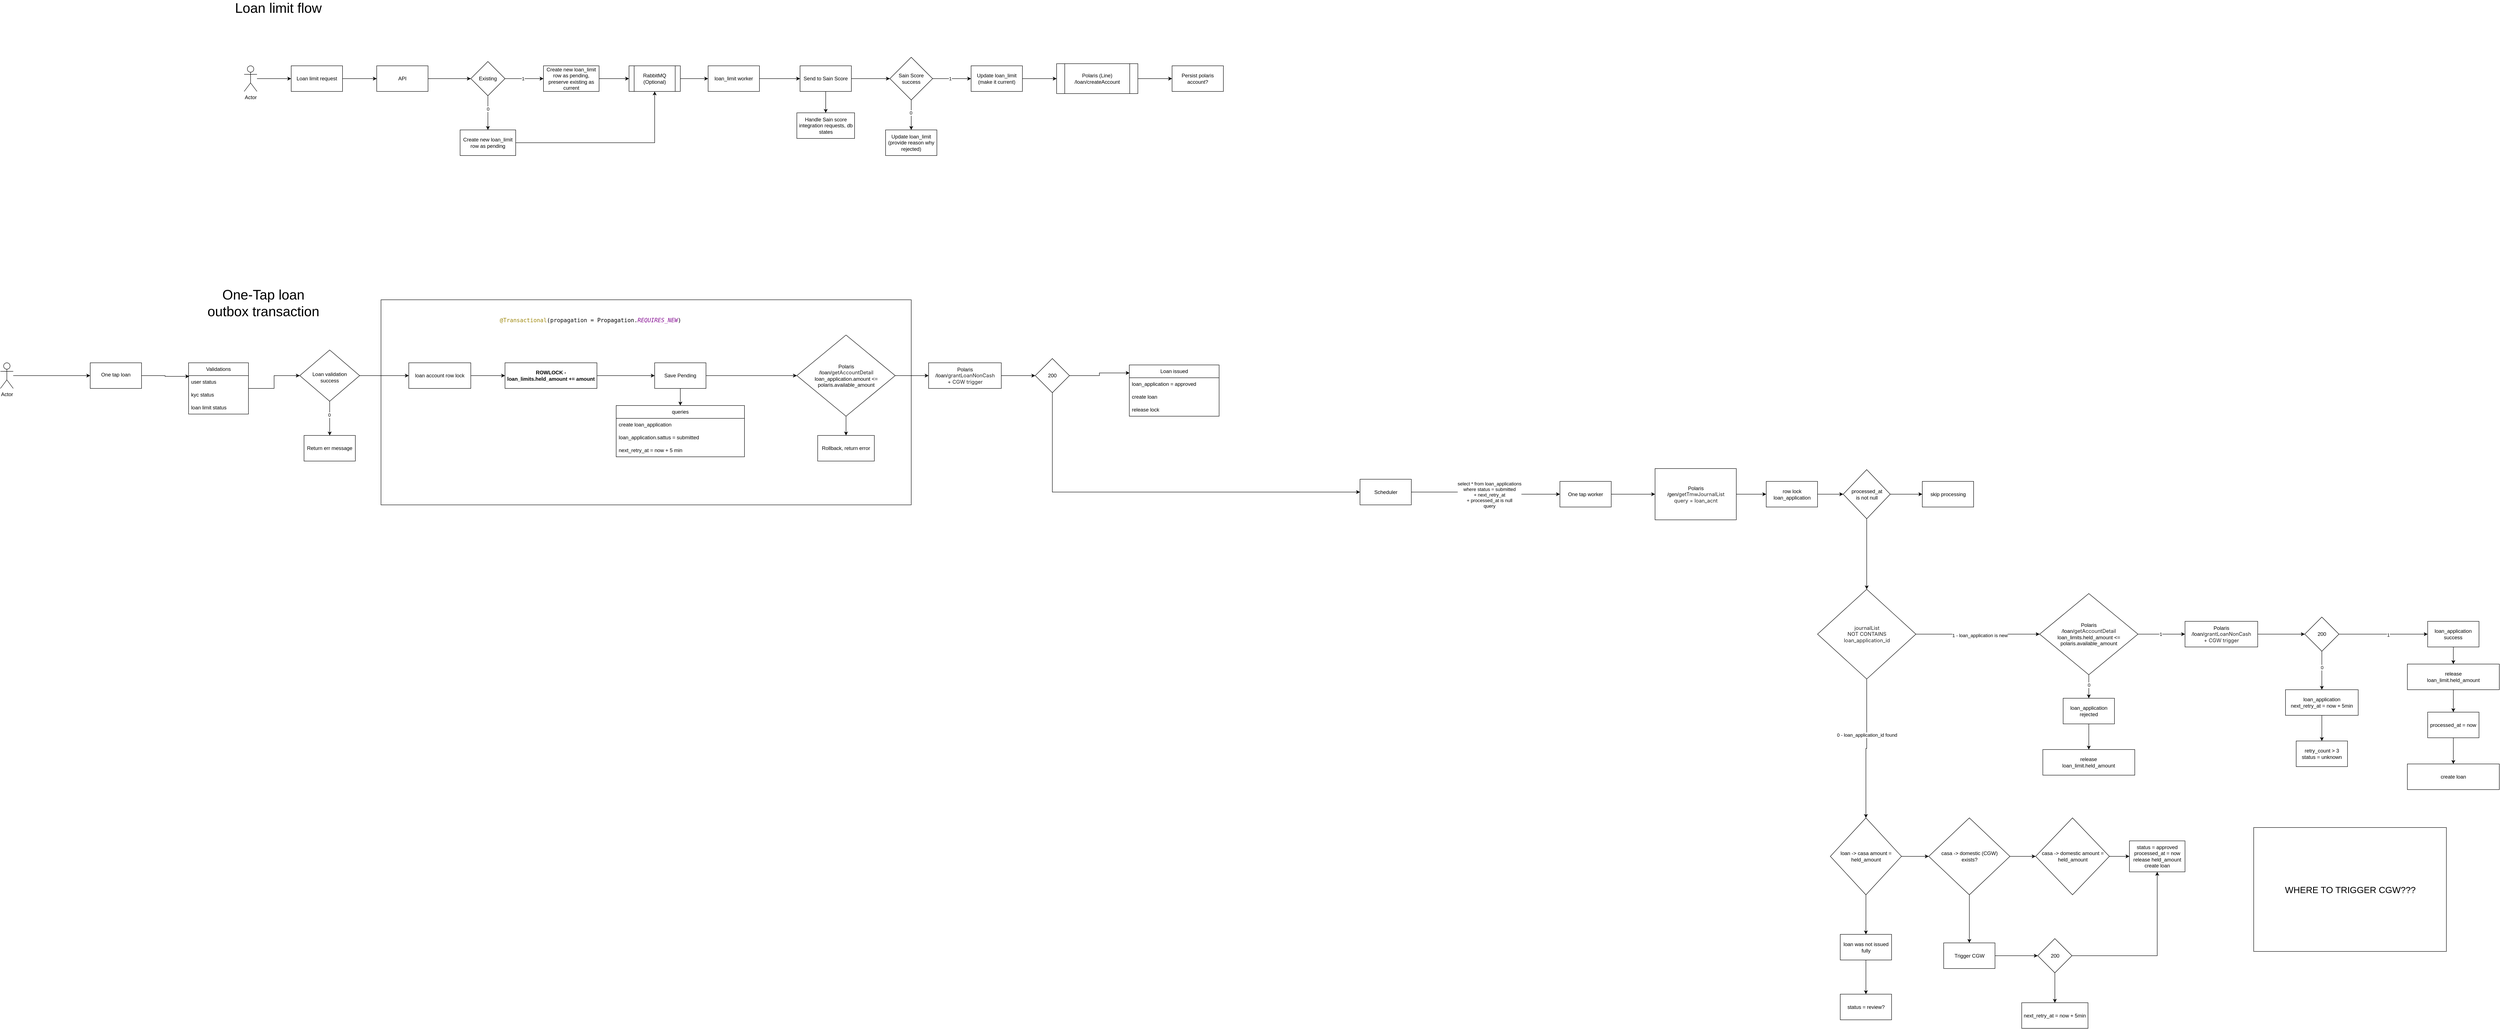
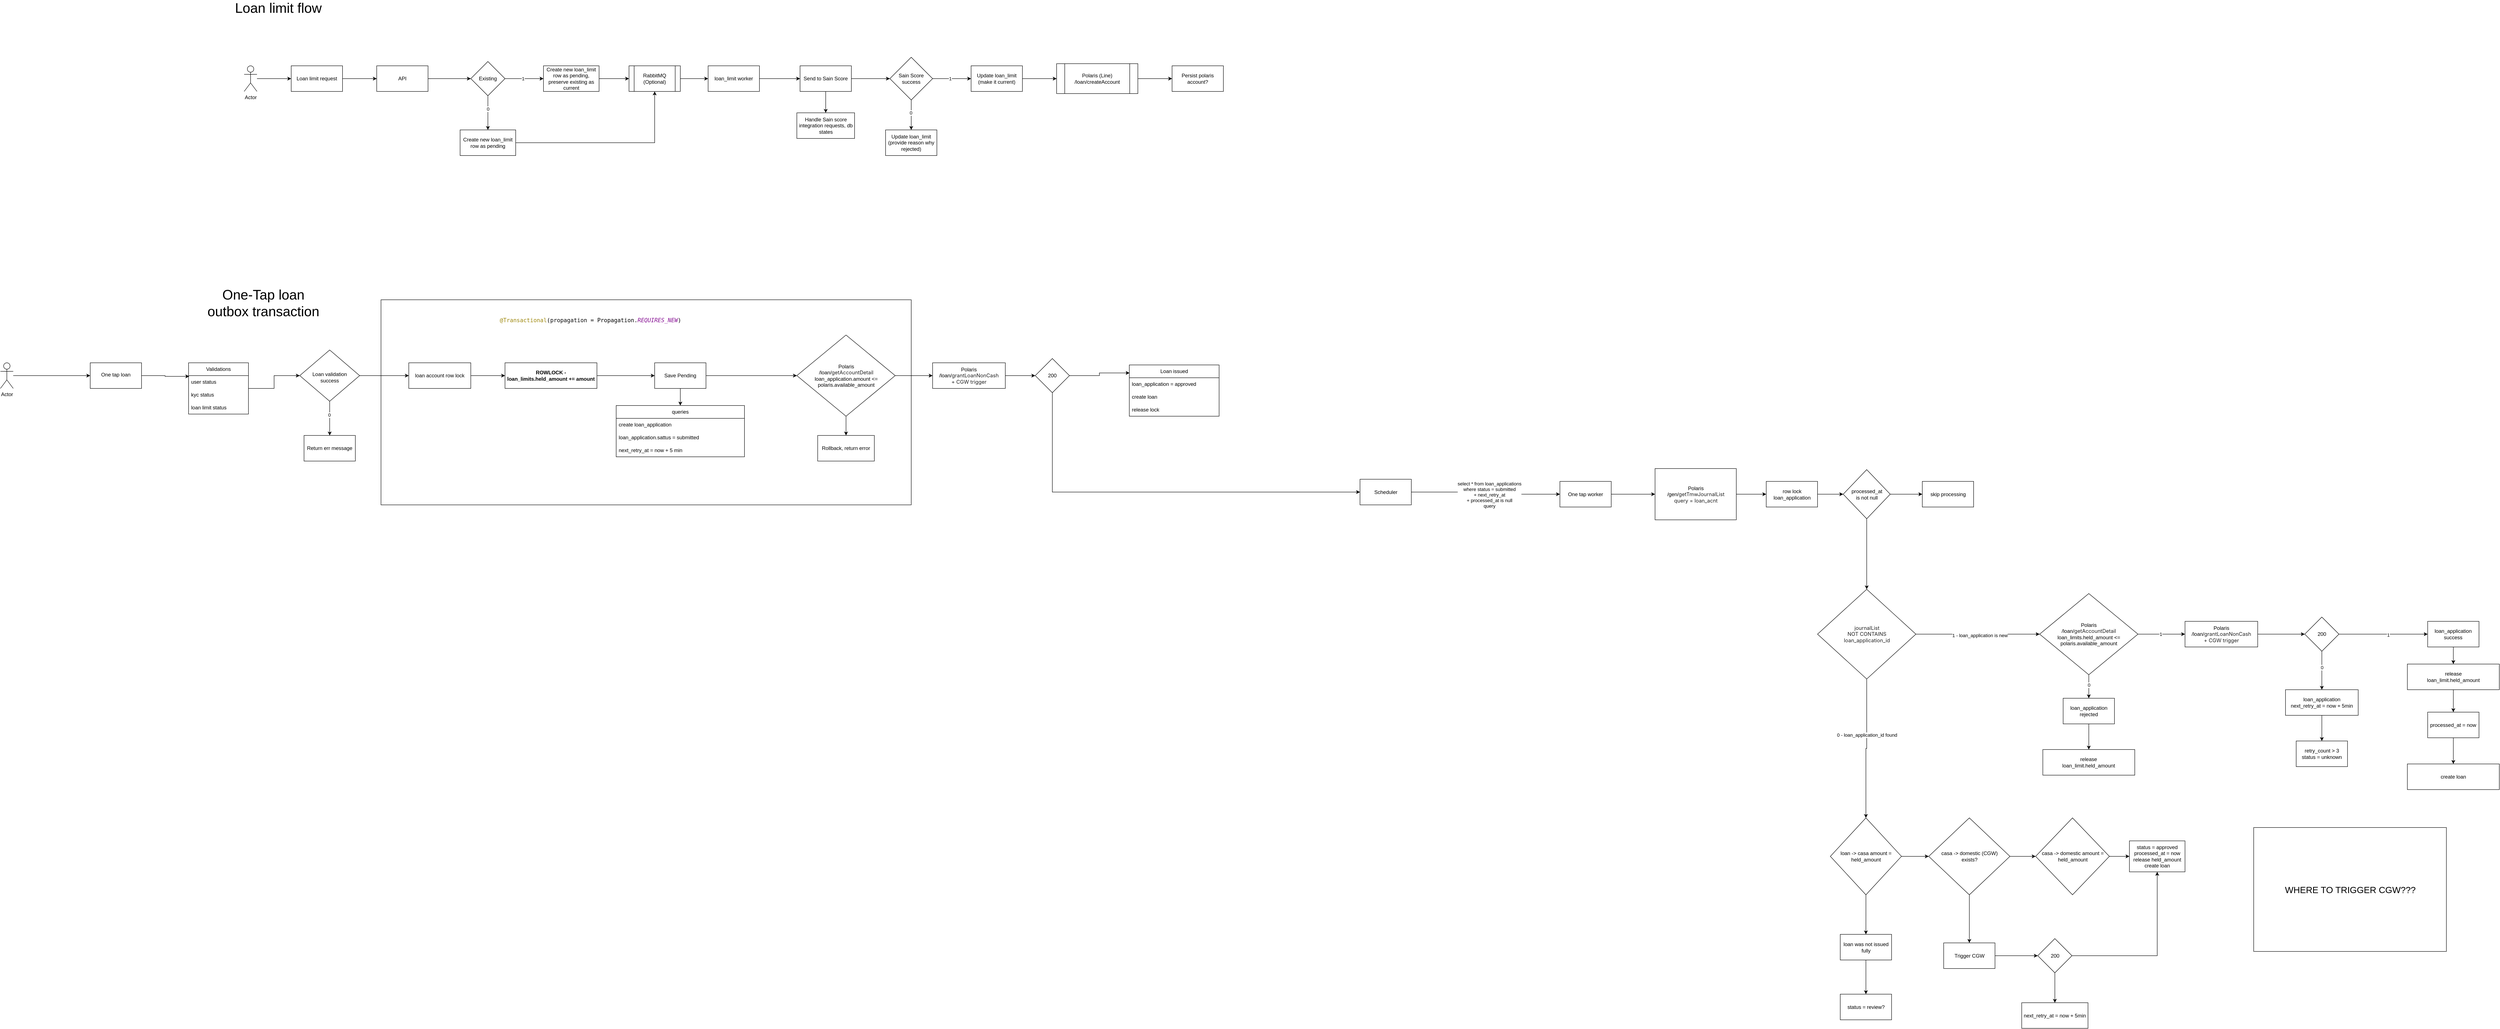
<mxfile host="app.diagrams.net">
  <diagram name="Page-1" id="VCBSuIh8bz7kurrQ0Zaz">
    <mxGraphModel dx="2259" dy="824" grid="1" gridSize="10" guides="1" tooltips="1" connect="1" arrows="1" fold="1" page="1" pageScale="1" pageWidth="850" pageHeight="1100" math="0" shadow="0">
      <root>
        <mxCell id="0" />
        <mxCell id="1" parent="0" />
        <mxCell id="In8fDh9ZLN2M87an2Miy-172" parent="1" style="rounded=0;whiteSpace=wrap;html=1;" value="" vertex="1">
          <mxGeometry height="480" width="1240" x="360" y="757.5" as="geometry" />
        </mxCell>
        <mxCell id="KqixbsF9o6dLofBvsG9t-5" edge="1" parent="1" source="KqixbsF9o6dLofBvsG9t-1" style="edgeStyle=orthogonalEdgeStyle;rounded=0;orthogonalLoop=1;jettySize=auto;html=1;" target="KqixbsF9o6dLofBvsG9t-4" value="">
          <mxGeometry relative="1" as="geometry" />
        </mxCell>
        <mxCell id="KqixbsF9o6dLofBvsG9t-1" parent="1" style="rounded=0;whiteSpace=wrap;html=1;" value="Loan limit request" vertex="1">
          <mxGeometry height="60" width="120" x="150" y="210" as="geometry" />
        </mxCell>
        <mxCell id="KqixbsF9o6dLofBvsG9t-3" edge="1" parent="1" source="KqixbsF9o6dLofBvsG9t-2" style="edgeStyle=orthogonalEdgeStyle;rounded=0;orthogonalLoop=1;jettySize=auto;html=1;" target="KqixbsF9o6dLofBvsG9t-1" value="">
          <mxGeometry relative="1" as="geometry" />
        </mxCell>
        <mxCell id="KqixbsF9o6dLofBvsG9t-2" parent="1" style="shape=umlActor;verticalLabelPosition=bottom;verticalAlign=top;html=1;outlineConnect=0;" value="Actor" vertex="1">
          <mxGeometry height="60" width="30" x="40" y="210" as="geometry" />
        </mxCell>
        <mxCell id="KqixbsF9o6dLofBvsG9t-9" edge="1" parent="1" source="KqixbsF9o6dLofBvsG9t-4" style="edgeStyle=orthogonalEdgeStyle;rounded=0;orthogonalLoop=1;jettySize=auto;html=1;" target="KqixbsF9o6dLofBvsG9t-8" value="">
          <mxGeometry relative="1" as="geometry" />
        </mxCell>
        <mxCell id="KqixbsF9o6dLofBvsG9t-4" parent="1" style="rounded=0;whiteSpace=wrap;html=1;" value="API" vertex="1">
          <mxGeometry height="60" width="120" x="350" y="210" as="geometry" />
        </mxCell>
        <mxCell id="KqixbsF9o6dLofBvsG9t-11" edge="1" parent="1" source="KqixbsF9o6dLofBvsG9t-8" style="edgeStyle=orthogonalEdgeStyle;rounded=0;orthogonalLoop=1;jettySize=auto;html=1;" target="KqixbsF9o6dLofBvsG9t-10" value="">
          <mxGeometry relative="1" as="geometry" />
        </mxCell>
        <mxCell id="KqixbsF9o6dLofBvsG9t-12" connectable="0" parent="KqixbsF9o6dLofBvsG9t-11" style="edgeLabel;html=1;align=center;verticalAlign=middle;resizable=0;points=[];" value="1" vertex="1">
          <mxGeometry relative="1" x="-0.079" as="geometry">
            <mxPoint as="offset" />
          </mxGeometry>
        </mxCell>
        <mxCell id="KqixbsF9o6dLofBvsG9t-14" edge="1" parent="1" source="KqixbsF9o6dLofBvsG9t-8" style="edgeStyle=orthogonalEdgeStyle;rounded=0;orthogonalLoop=1;jettySize=auto;html=1;" target="KqixbsF9o6dLofBvsG9t-13" value="">
          <mxGeometry relative="1" as="geometry" />
        </mxCell>
        <mxCell id="KqixbsF9o6dLofBvsG9t-15" connectable="0" parent="KqixbsF9o6dLofBvsG9t-14" style="edgeLabel;html=1;align=center;verticalAlign=middle;resizable=0;points=[];" value="0" vertex="1">
          <mxGeometry relative="1" x="-0.2407" as="geometry">
            <mxPoint as="offset" />
          </mxGeometry>
        </mxCell>
        <mxCell id="KqixbsF9o6dLofBvsG9t-8" parent="1" style="rhombus;whiteSpace=wrap;html=1;rounded=0;" value="Existing" vertex="1">
          <mxGeometry height="80" width="80" x="570" y="200" as="geometry" />
        </mxCell>
        <mxCell id="KqixbsF9o6dLofBvsG9t-23" edge="1" parent="1" source="KqixbsF9o6dLofBvsG9t-10" style="edgeStyle=orthogonalEdgeStyle;rounded=0;orthogonalLoop=1;jettySize=auto;html=1;" target="KqixbsF9o6dLofBvsG9t-22" value="">
          <mxGeometry relative="1" as="geometry" />
        </mxCell>
        <mxCell id="KqixbsF9o6dLofBvsG9t-10" parent="1" style="whiteSpace=wrap;html=1;rounded=0;" value="Create new loan_limit row as pending, preserve existing as current" vertex="1">
          <mxGeometry height="60" width="130" x="740" y="210" as="geometry" />
        </mxCell>
        <mxCell id="KqixbsF9o6dLofBvsG9t-26" edge="1" parent="1" source="KqixbsF9o6dLofBvsG9t-13" style="edgeStyle=orthogonalEdgeStyle;rounded=0;orthogonalLoop=1;jettySize=auto;html=1;entryX=0.5;entryY=1;entryDx=0;entryDy=0;" target="KqixbsF9o6dLofBvsG9t-22">
          <mxGeometry relative="1" as="geometry" />
        </mxCell>
        <mxCell id="KqixbsF9o6dLofBvsG9t-13" parent="1" style="whiteSpace=wrap;html=1;rounded=0;" value="Create new loan_limit row as pending" vertex="1">
          <mxGeometry height="60" width="130" x="545" y="360" as="geometry" />
        </mxCell>
        <mxCell id="KqixbsF9o6dLofBvsG9t-25" edge="1" parent="1" source="KqixbsF9o6dLofBvsG9t-22" style="edgeStyle=orthogonalEdgeStyle;rounded=0;orthogonalLoop=1;jettySize=auto;html=1;" target="KqixbsF9o6dLofBvsG9t-24" value="">
          <mxGeometry relative="1" as="geometry" />
        </mxCell>
        <mxCell id="KqixbsF9o6dLofBvsG9t-22" parent="1" style="shape=process;whiteSpace=wrap;html=1;backgroundOutline=1;rounded=0;" value="RabbitMQ (Optional)" vertex="1">
          <mxGeometry height="60" width="120" x="940" y="210" as="geometry" />
        </mxCell>
        <mxCell id="KqixbsF9o6dLofBvsG9t-28" edge="1" parent="1" source="KqixbsF9o6dLofBvsG9t-24" style="edgeStyle=orthogonalEdgeStyle;rounded=0;orthogonalLoop=1;jettySize=auto;html=1;" target="KqixbsF9o6dLofBvsG9t-27" value="">
          <mxGeometry relative="1" as="geometry" />
        </mxCell>
        <mxCell id="KqixbsF9o6dLofBvsG9t-24" parent="1" style="whiteSpace=wrap;html=1;rounded=0;" value="loan_limit worker" vertex="1">
          <mxGeometry height="60" width="120" x="1125" y="210" as="geometry" />
        </mxCell>
        <mxCell id="KqixbsF9o6dLofBvsG9t-30" edge="1" parent="1" source="KqixbsF9o6dLofBvsG9t-27" style="edgeStyle=orthogonalEdgeStyle;rounded=0;orthogonalLoop=1;jettySize=auto;html=1;" target="KqixbsF9o6dLofBvsG9t-29" value="">
          <mxGeometry relative="1" as="geometry" />
        </mxCell>
        <mxCell id="KqixbsF9o6dLofBvsG9t-38" edge="1" parent="1" source="KqixbsF9o6dLofBvsG9t-27" style="edgeStyle=orthogonalEdgeStyle;rounded=0;orthogonalLoop=1;jettySize=auto;html=1;" target="KqixbsF9o6dLofBvsG9t-37" value="">
          <mxGeometry relative="1" as="geometry" />
        </mxCell>
        <mxCell id="KqixbsF9o6dLofBvsG9t-27" parent="1" style="whiteSpace=wrap;html=1;rounded=0;" value="Send to Sain Score" vertex="1">
          <mxGeometry height="60" width="120" x="1340" y="210" as="geometry" />
        </mxCell>
        <mxCell id="KqixbsF9o6dLofBvsG9t-32" edge="1" parent="1" source="KqixbsF9o6dLofBvsG9t-29" style="edgeStyle=orthogonalEdgeStyle;rounded=0;orthogonalLoop=1;jettySize=auto;html=1;" target="KqixbsF9o6dLofBvsG9t-31" value="">
          <mxGeometry relative="1" as="geometry" />
        </mxCell>
        <mxCell id="KqixbsF9o6dLofBvsG9t-33" connectable="0" parent="KqixbsF9o6dLofBvsG9t-32" style="edgeLabel;html=1;align=center;verticalAlign=middle;resizable=0;points=[];" value="1" vertex="1">
          <mxGeometry relative="1" x="-0.1048" as="geometry">
            <mxPoint as="offset" />
          </mxGeometry>
        </mxCell>
        <mxCell id="KqixbsF9o6dLofBvsG9t-35" edge="1" parent="1" source="KqixbsF9o6dLofBvsG9t-29" style="edgeStyle=orthogonalEdgeStyle;rounded=0;orthogonalLoop=1;jettySize=auto;html=1;" target="KqixbsF9o6dLofBvsG9t-34" value="">
          <mxGeometry relative="1" as="geometry" />
        </mxCell>
        <mxCell id="KqixbsF9o6dLofBvsG9t-36" connectable="0" parent="KqixbsF9o6dLofBvsG9t-35" style="edgeLabel;html=1;align=center;verticalAlign=middle;resizable=0;points=[];" value="0" vertex="1">
          <mxGeometry relative="1" x="-0.1429" y="-1" as="geometry">
            <mxPoint as="offset" />
          </mxGeometry>
        </mxCell>
        <mxCell id="KqixbsF9o6dLofBvsG9t-29" parent="1" style="rhombus;whiteSpace=wrap;html=1;rounded=0;" value="Sain Score success" vertex="1">
          <mxGeometry height="100" width="100" x="1550" y="190" as="geometry" />
        </mxCell>
        <mxCell id="KqixbsF9o6dLofBvsG9t-66" edge="1" parent="1" source="KqixbsF9o6dLofBvsG9t-31" style="edgeStyle=orthogonalEdgeStyle;rounded=0;orthogonalLoop=1;jettySize=auto;html=1;" target="KqixbsF9o6dLofBvsG9t-65" value="">
          <mxGeometry relative="1" as="geometry" />
        </mxCell>
        <mxCell id="KqixbsF9o6dLofBvsG9t-31" parent="1" style="whiteSpace=wrap;html=1;rounded=0;" value="Update loan_limit (make it current)" vertex="1">
          <mxGeometry height="60" width="120" x="1740" y="210" as="geometry" />
        </mxCell>
        <mxCell id="KqixbsF9o6dLofBvsG9t-34" parent="1" style="whiteSpace=wrap;html=1;rounded=0;" value="Update loan_limit&lt;br&gt;(provide reason why rejected)" vertex="1">
          <mxGeometry height="60" width="120" x="1540" y="360" as="geometry" />
        </mxCell>
        <mxCell id="KqixbsF9o6dLofBvsG9t-37" parent="1" style="whiteSpace=wrap;html=1;rounded=0;" value="Handle Sain score integration requests, db states" vertex="1">
          <mxGeometry height="60" width="135" x="1332.5" y="320" as="geometry" />
        </mxCell>
        <mxCell id="KqixbsF9o6dLofBvsG9t-40" parent="1" style="text;html=1;whiteSpace=wrap;strokeColor=none;fillColor=none;align=center;verticalAlign=middle;rounded=0;fontSize=32;" value="Loan limit flow" vertex="1">
          <mxGeometry height="30" width="260" x="-10" y="60" as="geometry" />
        </mxCell>
        <mxCell id="KqixbsF9o6dLofBvsG9t-74" edge="1" parent="1" source="KqixbsF9o6dLofBvsG9t-65" style="edgeStyle=orthogonalEdgeStyle;rounded=0;orthogonalLoop=1;jettySize=auto;html=1;" target="KqixbsF9o6dLofBvsG9t-73" value="">
          <mxGeometry relative="1" as="geometry" />
        </mxCell>
        <mxCell id="KqixbsF9o6dLofBvsG9t-65" parent="1" style="shape=process;whiteSpace=wrap;html=1;backgroundOutline=1;rounded=0;" value="Polaris (Line)&lt;br&gt;/loan/createAccount" vertex="1">
          <mxGeometry height="70" width="190" x="1940" y="205" as="geometry" />
        </mxCell>
        <mxCell id="KqixbsF9o6dLofBvsG9t-73" parent="1" style="whiteSpace=wrap;html=1;rounded=0;" value="Persist polaris account?" vertex="1">
          <mxGeometry height="60" width="120" x="2210" y="210" as="geometry" />
        </mxCell>
        <mxCell id="U8Ajh8Gpa-m2DNKNFQys-1" parent="1" style="text;html=1;whiteSpace=wrap;strokeColor=none;fillColor=none;align=center;verticalAlign=middle;rounded=0;fontSize=32;" value="One-Tap loan&lt;br&gt;outbox transaction" vertex="1">
          <mxGeometry height="30" width="470" x="-150" y="750" as="geometry" />
        </mxCell>
        <mxCell id="In8fDh9ZLN2M87an2Miy-1" edge="1" parent="1" source="In8fDh9ZLN2M87an2Miy-2" style="edgeStyle=orthogonalEdgeStyle;rounded=0;orthogonalLoop=1;jettySize=auto;html=1;" target="In8fDh9ZLN2M87an2Miy-4" value="">
          <mxGeometry relative="1" as="geometry" />
        </mxCell>
        <mxCell id="In8fDh9ZLN2M87an2Miy-2" parent="1" style="shape=umlActor;verticalLabelPosition=bottom;verticalAlign=top;html=1;outlineConnect=0;" value="Actor" vertex="1">
          <mxGeometry height="60" width="30" x="-530" y="905" as="geometry" />
        </mxCell>
        <mxCell id="In8fDh9ZLN2M87an2Miy-3" edge="1" parent="1" source="In8fDh9ZLN2M87an2Miy-4" style="edgeStyle=orthogonalEdgeStyle;rounded=0;orthogonalLoop=1;jettySize=auto;html=1;entryX=0.011;entryY=0.06;entryDx=0;entryDy=0;entryPerimeter=0;" target="In8fDh9ZLN2M87an2Miy-28" value="">
          <mxGeometry relative="1" as="geometry">
            <mxPoint x="-110" y="935" as="targetPoint" />
          </mxGeometry>
        </mxCell>
        <mxCell id="In8fDh9ZLN2M87an2Miy-4" parent="1" style="whiteSpace=wrap;html=1;verticalAlign=top;" value="&lt;div&gt;&lt;br&gt;&lt;/div&gt;&lt;div&gt;One tap loan&lt;/div&gt;" vertex="1">
          <mxGeometry height="60" width="120" x="-320" y="905" as="geometry" />
        </mxCell>
        <mxCell id="In8fDh9ZLN2M87an2Miy-7" edge="1" parent="1" source="In8fDh9ZLN2M87an2Miy-9" style="edgeStyle=orthogonalEdgeStyle;rounded=0;orthogonalLoop=1;jettySize=auto;html=1;" target="In8fDh9ZLN2M87an2Miy-13" value="">
          <mxGeometry relative="1" as="geometry" />
        </mxCell>
        <mxCell id="In8fDh9ZLN2M87an2Miy-8" connectable="0" parent="In8fDh9ZLN2M87an2Miy-7" style="edgeLabel;html=1;align=center;verticalAlign=middle;resizable=0;points=[];" value="0" vertex="1">
          <mxGeometry relative="1" x="-0.2091" y="-1" as="geometry">
            <mxPoint as="offset" />
          </mxGeometry>
        </mxCell>
        <mxCell id="In8fDh9ZLN2M87an2Miy-163" edge="1" parent="1" source="In8fDh9ZLN2M87an2Miy-9" style="edgeStyle=orthogonalEdgeStyle;rounded=0;orthogonalLoop=1;jettySize=auto;html=1;entryX=0;entryY=0.5;entryDx=0;entryDy=0;" target="In8fDh9ZLN2M87an2Miy-161">
          <mxGeometry relative="1" as="geometry" />
        </mxCell>
        <mxCell id="In8fDh9ZLN2M87an2Miy-9" parent="1" style="rhombus;whiteSpace=wrap;html=1;verticalAlign=top;" value="&lt;br&gt;&lt;br&gt;&lt;div&gt;&lt;br&gt;&lt;/div&gt;&lt;div&gt;Loan validation&lt;br&gt;success&lt;/div&gt;" vertex="1">
          <mxGeometry height="120" width="140" x="170" y="875" as="geometry" />
        </mxCell>
        <mxCell id="In8fDh9ZLN2M87an2Miy-10" edge="1" parent="1" source="In8fDh9ZLN2M87an2Miy-12" style="edgeStyle=orthogonalEdgeStyle;rounded=0;orthogonalLoop=1;jettySize=auto;html=1;entryX=0.5;entryY=0;entryDx=0;entryDy=0;" target="In8fDh9ZLN2M87an2Miy-14">
          <mxGeometry relative="1" as="geometry" />
        </mxCell>
        <mxCell id="In8fDh9ZLN2M87an2Miy-54" edge="1" parent="1" source="In8fDh9ZLN2M87an2Miy-105" style="edgeStyle=orthogonalEdgeStyle;rounded=0;orthogonalLoop=1;jettySize=auto;html=1;exitX=1;exitY=0.5;exitDx=0;exitDy=0;" target="In8fDh9ZLN2M87an2Miy-53" value="">
          <mxGeometry relative="1" as="geometry">
            <mxPoint x="2859.5" y="1212.5" as="sourcePoint" />
          </mxGeometry>
        </mxCell>
        <mxCell id="In8fDh9ZLN2M87an2Miy-55" connectable="0" parent="In8fDh9ZLN2M87an2Miy-54" style="edgeLabel;html=1;align=center;verticalAlign=middle;resizable=0;points=[];" value="select * from loan_applications&lt;br&gt;where status = submitted&lt;br&gt;+ next_retry_at&lt;br&gt;+ processed_at is null&lt;br&gt;query" vertex="1">
          <mxGeometry relative="1" x="0.0637" y="-1" as="geometry">
            <mxPoint as="offset" />
          </mxGeometry>
        </mxCell>
        <mxCell id="In8fDh9ZLN2M87an2Miy-173" edge="1" parent="1" source="In8fDh9ZLN2M87an2Miy-12" style="edgeStyle=orthogonalEdgeStyle;rounded=0;orthogonalLoop=1;jettySize=auto;html=1;entryX=0;entryY=0.5;entryDx=0;entryDy=0;" target="In8fDh9ZLN2M87an2Miy-152">
          <mxGeometry relative="1" as="geometry" />
        </mxCell>
        <mxCell id="In8fDh9ZLN2M87an2Miy-12" parent="1" style="whiteSpace=wrap;html=1;verticalAlign=middle;" value="Save Pending" vertex="1">
          <mxGeometry height="60" width="120" x="1000" y="905" as="geometry" />
        </mxCell>
        <mxCell id="In8fDh9ZLN2M87an2Miy-13" parent="1" style="whiteSpace=wrap;html=1;verticalAlign=middle;" value="Return err message" vertex="1">
          <mxGeometry height="60" width="120" x="180" y="1075" as="geometry" />
        </mxCell>
        <mxCell id="In8fDh9ZLN2M87an2Miy-14" parent="1" style="swimlane;fontStyle=0;childLayout=stackLayout;horizontal=1;startSize=30;horizontalStack=0;resizeParent=1;resizeParentMax=0;resizeLast=0;collapsible=1;marginBottom=0;whiteSpace=wrap;html=1;" value="queries" vertex="1">
          <mxGeometry height="120" width="300" x="910" y="1005" as="geometry" />
        </mxCell>
        <mxCell id="In8fDh9ZLN2M87an2Miy-15" parent="In8fDh9ZLN2M87an2Miy-14" style="text;strokeColor=none;fillColor=none;align=left;verticalAlign=middle;spacingLeft=4;spacingRight=4;overflow=hidden;points=[[0,0.5],[1,0.5]];portConstraint=eastwest;rotatable=0;whiteSpace=wrap;html=1;" value="create loan_application" vertex="1">
          <mxGeometry height="30" width="300" y="30" as="geometry" />
        </mxCell>
        <mxCell id="In8fDh9ZLN2M87an2Miy-104" parent="In8fDh9ZLN2M87an2Miy-14" style="text;strokeColor=none;fillColor=none;align=left;verticalAlign=middle;spacingLeft=4;spacingRight=4;overflow=hidden;points=[[0,0.5],[1,0.5]];portConstraint=eastwest;rotatable=0;whiteSpace=wrap;html=1;" value="loan_application.sattus = submitted" vertex="1">
          <mxGeometry height="30" width="300" y="60" as="geometry" />
        </mxCell>
        <mxCell id="In8fDh9ZLN2M87an2Miy-17" parent="In8fDh9ZLN2M87an2Miy-14" style="text;strokeColor=none;fillColor=none;align=left;verticalAlign=middle;spacingLeft=4;spacingRight=4;overflow=hidden;points=[[0,0.5],[1,0.5]];portConstraint=eastwest;rotatable=0;whiteSpace=wrap;html=1;" value="next_retry_at = now + 5 min" vertex="1">
          <mxGeometry height="30" width="300" y="90" as="geometry" />
        </mxCell>
        <mxCell id="In8fDh9ZLN2M87an2Miy-32" edge="1" parent="1" source="In8fDh9ZLN2M87an2Miy-27" style="edgeStyle=orthogonalEdgeStyle;rounded=0;orthogonalLoop=1;jettySize=auto;html=1;entryX=0;entryY=0.5;entryDx=0;entryDy=0;" target="In8fDh9ZLN2M87an2Miy-9">
          <mxGeometry relative="1" as="geometry" />
        </mxCell>
        <mxCell id="In8fDh9ZLN2M87an2Miy-27" parent="1" style="swimlane;fontStyle=0;childLayout=stackLayout;horizontal=1;startSize=30;horizontalStack=0;resizeParent=1;resizeParentMax=0;resizeLast=0;collapsible=1;marginBottom=0;whiteSpace=wrap;html=1;" value="Validations" vertex="1">
          <mxGeometry height="120" width="140" x="-90" y="905" as="geometry" />
        </mxCell>
        <mxCell id="In8fDh9ZLN2M87an2Miy-28" parent="In8fDh9ZLN2M87an2Miy-27" style="text;strokeColor=none;fillColor=none;align=left;verticalAlign=middle;spacingLeft=4;spacingRight=4;overflow=hidden;points=[[0,0.5],[1,0.5]];portConstraint=eastwest;rotatable=0;whiteSpace=wrap;html=1;" value="user status" vertex="1">
          <mxGeometry height="30" width="140" y="30" as="geometry" />
        </mxCell>
        <mxCell id="In8fDh9ZLN2M87an2Miy-29" parent="In8fDh9ZLN2M87an2Miy-27" style="text;strokeColor=none;fillColor=none;align=left;verticalAlign=middle;spacingLeft=4;spacingRight=4;overflow=hidden;points=[[0,0.5],[1,0.5]];portConstraint=eastwest;rotatable=0;whiteSpace=wrap;html=1;" value="kyc status" vertex="1">
          <mxGeometry height="30" width="140" y="60" as="geometry" />
        </mxCell>
        <mxCell id="In8fDh9ZLN2M87an2Miy-33" parent="In8fDh9ZLN2M87an2Miy-27" style="text;strokeColor=none;fillColor=none;align=left;verticalAlign=middle;spacingLeft=4;spacingRight=4;overflow=hidden;points=[[0,0.5],[1,0.5]];portConstraint=eastwest;rotatable=0;whiteSpace=wrap;html=1;" value="loan limit status" vertex="1">
          <mxGeometry height="30" width="140" y="90" as="geometry" />
        </mxCell>
        <mxCell id="In8fDh9ZLN2M87an2Miy-116" edge="1" parent="1" source="In8fDh9ZLN2M87an2Miy-53" style="edgeStyle=orthogonalEdgeStyle;rounded=0;orthogonalLoop=1;jettySize=auto;html=1;entryX=0;entryY=0.5;entryDx=0;entryDy=0;" target="In8fDh9ZLN2M87an2Miy-68">
          <mxGeometry relative="1" as="geometry" />
        </mxCell>
        <mxCell id="In8fDh9ZLN2M87an2Miy-53" parent="1" style="whiteSpace=wrap;html=1;" value="One tap worker" vertex="1">
          <mxGeometry height="60" width="120" x="3117" y="1182.5" as="geometry" />
        </mxCell>
        <mxCell id="In8fDh9ZLN2M87an2Miy-67" edge="1" parent="1" source="In8fDh9ZLN2M87an2Miy-58" style="edgeStyle=orthogonalEdgeStyle;rounded=0;orthogonalLoop=1;jettySize=auto;html=1;entryX=0;entryY=0.5;entryDx=0;entryDy=0;" target="In8fDh9ZLN2M87an2Miy-66" value="">
          <mxGeometry relative="1" as="geometry">
            <mxPoint x="4873.87" y="1540" as="targetPoint" />
          </mxGeometry>
        </mxCell>
        <mxCell id="In8fDh9ZLN2M87an2Miy-58" parent="1" style="whiteSpace=wrap;html=1;" value="Polaris /loan/&lt;span style=&quot;color: rgb(33, 33, 33); font-family: Inter, system-ui, -apple-system, &amp;quot;system-ui&amp;quot;, &amp;quot;Segoe UI&amp;quot;, Roboto, Oxygen, Ubuntu, Cantarell, &amp;quot;Fira Sans&amp;quot;, &amp;quot;Droid Sans&amp;quot;, Helvetica, Arial, sans-serif; text-align: left; white-space: pre-wrap; background-color: rgb(255, 255, 255);&quot;&gt;grantLoanNonCash&lt;br/&gt;+ CGW trigger&lt;/span&gt;" vertex="1">
          <mxGeometry height="60" width="170" x="4578.87" y="1510" as="geometry" />
        </mxCell>
        <mxCell id="In8fDh9ZLN2M87an2Miy-62" edge="1" parent="1" source="In8fDh9ZLN2M87an2Miy-59" style="edgeStyle=orthogonalEdgeStyle;rounded=0;orthogonalLoop=1;jettySize=auto;html=1;" target="In8fDh9ZLN2M87an2Miy-61" value="">
          <mxGeometry relative="1" as="geometry" />
        </mxCell>
        <mxCell id="In8fDh9ZLN2M87an2Miy-91" connectable="0" parent="In8fDh9ZLN2M87an2Miy-62" style="edgeLabel;html=1;align=center;verticalAlign=middle;resizable=0;points=[];" value="0" vertex="1">
          <mxGeometry relative="1" x="-0.1431" as="geometry">
            <mxPoint as="offset" />
          </mxGeometry>
        </mxCell>
        <mxCell id="In8fDh9ZLN2M87an2Miy-65" edge="1" parent="1" source="In8fDh9ZLN2M87an2Miy-59" style="edgeStyle=orthogonalEdgeStyle;rounded=0;orthogonalLoop=1;jettySize=auto;html=1;" target="In8fDh9ZLN2M87an2Miy-58">
          <mxGeometry relative="1" as="geometry" />
        </mxCell>
        <mxCell id="In8fDh9ZLN2M87an2Miy-90" connectable="0" parent="In8fDh9ZLN2M87an2Miy-65" style="edgeLabel;html=1;align=center;verticalAlign=middle;resizable=0;points=[];" value="1" vertex="1">
          <mxGeometry relative="1" x="-0.0451" as="geometry">
            <mxPoint as="offset" />
          </mxGeometry>
        </mxCell>
        <mxCell id="In8fDh9ZLN2M87an2Miy-59" parent="1" style="rhombus;whiteSpace=wrap;html=1;" value="Polaris&lt;br&gt;/loan/&lt;span style=&quot;color: rgb(33, 33, 33); font-family: Inter, system-ui, -apple-system, &amp;quot;system-ui&amp;quot;, &amp;quot;Segoe UI&amp;quot;, Roboto, Oxygen, Ubuntu, Cantarell, &amp;quot;Fira Sans&amp;quot;, &amp;quot;Droid Sans&amp;quot;, Helvetica, Arial, sans-serif; text-align: left; white-space: pre-wrap; background-color: rgb(255, 255, 255);&quot;&gt;getAccountDetail&lt;/span&gt;&lt;br&gt;loan_limits.held_amount &amp;lt;= polaris.available_amount" vertex="1">
          <mxGeometry height="190" width="230" x="4238.87" y="1445" as="geometry" />
        </mxCell>
        <mxCell id="In8fDh9ZLN2M87an2Miy-64" edge="1" parent="1" source="In8fDh9ZLN2M87an2Miy-61" style="edgeStyle=orthogonalEdgeStyle;rounded=0;orthogonalLoop=1;jettySize=auto;html=1;" target="In8fDh9ZLN2M87an2Miy-63" value="">
          <mxGeometry relative="1" as="geometry" />
        </mxCell>
        <mxCell id="In8fDh9ZLN2M87an2Miy-61" parent="1" style="whiteSpace=wrap;html=1;" value="loan_application&lt;br&gt;rejected" vertex="1">
          <mxGeometry height="60" width="120" x="4293.87" y="1690" as="geometry" />
        </mxCell>
        <mxCell id="In8fDh9ZLN2M87an2Miy-63" parent="1" style="whiteSpace=wrap;html=1;" value="release &lt;br&gt;loan_limit.held_amount" vertex="1">
          <mxGeometry height="60" width="215" x="4246.37" y="1810" as="geometry" />
        </mxCell>
        <mxCell id="In8fDh9ZLN2M87an2Miy-81" edge="1" parent="1" source="In8fDh9ZLN2M87an2Miy-66" style="edgeStyle=orthogonalEdgeStyle;rounded=0;orthogonalLoop=1;jettySize=auto;html=1;entryX=0;entryY=0.5;entryDx=0;entryDy=0;" target="In8fDh9ZLN2M87an2Miy-79">
          <mxGeometry relative="1" as="geometry" />
        </mxCell>
        <mxCell id="In8fDh9ZLN2M87an2Miy-92" connectable="0" parent="In8fDh9ZLN2M87an2Miy-81" style="edgeLabel;html=1;align=center;verticalAlign=middle;resizable=0;points=[];" value="1" vertex="1">
          <mxGeometry relative="1" x="0.1055" y="-2" as="geometry">
            <mxPoint as="offset" />
          </mxGeometry>
        </mxCell>
        <mxCell id="In8fDh9ZLN2M87an2Miy-83" edge="1" parent="1" source="In8fDh9ZLN2M87an2Miy-66" style="edgeStyle=orthogonalEdgeStyle;rounded=0;orthogonalLoop=1;jettySize=auto;html=1;" target="In8fDh9ZLN2M87an2Miy-82" value="">
          <mxGeometry relative="1" as="geometry" />
        </mxCell>
        <mxCell id="In8fDh9ZLN2M87an2Miy-93" connectable="0" parent="In8fDh9ZLN2M87an2Miy-83" style="edgeLabel;html=1;align=center;verticalAlign=middle;resizable=0;points=[];" value="0" vertex="1">
          <mxGeometry relative="1" x="-0.1623" as="geometry">
            <mxPoint as="offset" />
          </mxGeometry>
        </mxCell>
        <mxCell id="In8fDh9ZLN2M87an2Miy-66" parent="1" style="rhombus;whiteSpace=wrap;html=1;" value="200" vertex="1">
          <mxGeometry height="80" width="80" x="4858.87" y="1500" as="geometry" />
        </mxCell>
        <mxCell id="In8fDh9ZLN2M87an2Miy-119" edge="1" parent="1" source="In8fDh9ZLN2M87an2Miy-68" style="edgeStyle=orthogonalEdgeStyle;rounded=0;orthogonalLoop=1;jettySize=auto;html=1;" target="In8fDh9ZLN2M87an2Miy-118" value="">
          <mxGeometry relative="1" as="geometry" />
        </mxCell>
        <mxCell id="In8fDh9ZLN2M87an2Miy-68" parent="1" style="whiteSpace=wrap;html=1;" value="Polaris&lt;br&gt;/gen/&lt;span style=&quot;white-space: pre-wrap; color: rgb(33, 33, 33); font-family: Inter, system-ui, -apple-system, &amp;quot;system-ui&amp;quot;, &amp;quot;Segoe UI&amp;quot;, Roboto, Oxygen, Ubuntu, Cantarell, &amp;quot;Fira Sans&amp;quot;, &amp;quot;Droid Sans&amp;quot;, Helvetica, Arial, sans-serif; text-align: left; background-color: rgb(255, 255, 255);&quot;&gt;getTmwJournalList&lt;br&gt;query = loan_acnt&lt;/span&gt;" vertex="1">
          <mxGeometry height="120" width="190" x="3339.5" y="1152.5" as="geometry" />
        </mxCell>
        <mxCell id="In8fDh9ZLN2M87an2Miy-71" edge="1" parent="1" source="In8fDh9ZLN2M87an2Miy-69" style="edgeStyle=orthogonalEdgeStyle;rounded=0;orthogonalLoop=1;jettySize=auto;html=1;entryX=0;entryY=0.5;entryDx=0;entryDy=0;" target="In8fDh9ZLN2M87an2Miy-59">
          <mxGeometry relative="1" as="geometry" />
        </mxCell>
        <mxCell id="In8fDh9ZLN2M87an2Miy-77" connectable="0" parent="In8fDh9ZLN2M87an2Miy-71" style="edgeLabel;html=1;align=center;verticalAlign=middle;resizable=0;points=[];" value="1 - loan_application is new" vertex="1">
          <mxGeometry relative="1" x="0.0312" y="-3" as="geometry">
            <mxPoint as="offset" />
          </mxGeometry>
        </mxCell>
        <mxCell id="In8fDh9ZLN2M87an2Miy-73" edge="1" parent="1" source="In8fDh9ZLN2M87an2Miy-69" style="edgeStyle=orthogonalEdgeStyle;rounded=0;orthogonalLoop=1;jettySize=auto;html=1;entryX=0.5;entryY=0;entryDx=0;entryDy=0;" target="In8fDh9ZLN2M87an2Miy-111" value="">
          <mxGeometry relative="1" as="geometry">
            <mxPoint x="3833.87" y="1740" as="targetPoint" />
          </mxGeometry>
        </mxCell>
        <mxCell id="In8fDh9ZLN2M87an2Miy-74" connectable="0" parent="In8fDh9ZLN2M87an2Miy-73" style="edgeLabel;html=1;align=center;verticalAlign=middle;resizable=0;points=[];" value="0 - loan_application_id found" vertex="1">
          <mxGeometry relative="1" x="-0.1975" as="geometry">
            <mxPoint as="offset" />
          </mxGeometry>
        </mxCell>
        <mxCell id="In8fDh9ZLN2M87an2Miy-69" parent="1" style="rhombus;whiteSpace=wrap;html=1;verticalAlign=middle;" value="&lt;div style=&quot;text-align: center;&quot;&gt;&lt;span style=&quot;background-color: light-dark(rgb(255, 255, 255), rgb(18, 18, 18)); color: light-dark(rgb(33, 33, 33), rgb(209, 209, 209)); font-family: Inter, system-ui, -apple-system, &amp;quot;system-ui&amp;quot;, &amp;quot;Segoe UI&amp;quot;, Roboto, Oxygen, Ubuntu, Cantarell, &amp;quot;Fira Sans&amp;quot;, &amp;quot;Droid Sans&amp;quot;, Helvetica, Arial, sans-serif; text-align: left; white-space: pre-wrap;&quot;&gt;journalList&lt;br&gt;NOT CONTAINS&lt;/span&gt;&lt;/div&gt;&lt;span style=&quot;white-space: pre-wrap; color: rgb(33, 33, 33); font-family: Inter, system-ui, -apple-system, &amp;quot;system-ui&amp;quot;, &amp;quot;Segoe UI&amp;quot;, Roboto, Oxygen, Ubuntu, Cantarell, &amp;quot;Fira Sans&amp;quot;, &amp;quot;Droid Sans&amp;quot;, Helvetica, Arial, sans-serif; text-align: left; background-color: rgb(255, 255, 255);&quot;&gt;loan_application_id&lt;/span&gt;" vertex="1">
          <mxGeometry height="210" width="230" x="3719.5" y="1435" as="geometry" />
        </mxCell>
        <mxCell id="In8fDh9ZLN2M87an2Miy-78" edge="1" parent="1" source="In8fDh9ZLN2M87an2Miy-79" style="edgeStyle=orthogonalEdgeStyle;rounded=0;orthogonalLoop=1;jettySize=auto;html=1;" target="In8fDh9ZLN2M87an2Miy-80" value="">
          <mxGeometry relative="1" as="geometry" />
        </mxCell>
        <mxCell id="In8fDh9ZLN2M87an2Miy-79" parent="1" style="whiteSpace=wrap;html=1;" value="loan_application&lt;br&gt;success" vertex="1">
          <mxGeometry height="60" width="120" x="5146.37" y="1510" as="geometry" />
        </mxCell>
        <mxCell id="In8fDh9ZLN2M87an2Miy-132" edge="1" parent="1" source="In8fDh9ZLN2M87an2Miy-80" style="edgeStyle=orthogonalEdgeStyle;rounded=0;orthogonalLoop=1;jettySize=auto;html=1;" target="In8fDh9ZLN2M87an2Miy-131" value="">
          <mxGeometry relative="1" as="geometry" />
        </mxCell>
        <mxCell id="In8fDh9ZLN2M87an2Miy-80" parent="1" style="whiteSpace=wrap;html=1;" value="release &lt;br&gt;loan_limit.held_amount" vertex="1">
          <mxGeometry height="60" width="215" x="5098.87" y="1610" as="geometry" />
        </mxCell>
        <mxCell id="In8fDh9ZLN2M87an2Miy-95" edge="1" parent="1" source="In8fDh9ZLN2M87an2Miy-82" style="edgeStyle=orthogonalEdgeStyle;rounded=0;orthogonalLoop=1;jettySize=auto;html=1;" target="In8fDh9ZLN2M87an2Miy-94" value="">
          <mxGeometry relative="1" as="geometry" />
        </mxCell>
        <mxCell id="In8fDh9ZLN2M87an2Miy-82" parent="1" style="whiteSpace=wrap;html=1;" value="loan_application&lt;br&gt;next_retry_at = now + 5min" vertex="1">
          <mxGeometry height="60" width="170" x="4813.87" y="1670" as="geometry" />
        </mxCell>
        <mxCell id="In8fDh9ZLN2M87an2Miy-88" parent="1" style="whiteSpace=wrap;html=1;" value="create loan" vertex="1">
          <mxGeometry height="60" width="215" x="5098.87" y="1843.75" as="geometry" />
        </mxCell>
        <mxCell id="In8fDh9ZLN2M87an2Miy-94" parent="1" style="whiteSpace=wrap;html=1;" value="retry_count &amp;gt; 3&lt;br&gt;status = unknown" vertex="1">
          <mxGeometry height="60" width="120" x="4838.87" y="1790" as="geometry" />
        </mxCell>
        <mxCell id="In8fDh9ZLN2M87an2Miy-105" parent="1" style="rounded=0;whiteSpace=wrap;html=1;" value="Scheduler" vertex="1">
          <mxGeometry height="60" width="120" x="2649.5" y="1177.5" as="geometry" />
        </mxCell>
        <mxCell id="In8fDh9ZLN2M87an2Miy-127" edge="1" parent="1" source="In8fDh9ZLN2M87an2Miy-111" style="edgeStyle=orthogonalEdgeStyle;rounded=0;orthogonalLoop=1;jettySize=auto;html=1;" target="In8fDh9ZLN2M87an2Miy-126" value="">
          <mxGeometry relative="1" as="geometry" />
        </mxCell>
        <mxCell id="In8fDh9ZLN2M87an2Miy-135" edge="1" parent="1" source="In8fDh9ZLN2M87an2Miy-111" style="edgeStyle=orthogonalEdgeStyle;rounded=0;orthogonalLoop=1;jettySize=auto;html=1;entryX=0;entryY=0.5;entryDx=0;entryDy=0;" target="In8fDh9ZLN2M87an2Miy-134">
          <mxGeometry relative="1" as="geometry" />
        </mxCell>
        <mxCell id="In8fDh9ZLN2M87an2Miy-111" parent="1" style="rhombus;whiteSpace=wrap;html=1;" value="loan -&amp;gt; casa amount = held_amount" vertex="1">
          <mxGeometry height="180" width="166.25" x="3749.5" y="1970" as="geometry" />
        </mxCell>
        <mxCell id="In8fDh9ZLN2M87an2Miy-113" parent="1" style="whiteSpace=wrap;html=1;" value="status = approved&lt;br&gt;processed_at = now&lt;br&gt;release held_amount&lt;br&gt;create loan" vertex="1">
          <mxGeometry height="72.5" width="130" x="4448.87" y="2023.75" as="geometry" />
        </mxCell>
        <mxCell id="In8fDh9ZLN2M87an2Miy-122" edge="1" parent="1" source="In8fDh9ZLN2M87an2Miy-118" style="edgeStyle=orthogonalEdgeStyle;rounded=0;orthogonalLoop=1;jettySize=auto;html=1;" target="In8fDh9ZLN2M87an2Miy-121" value="">
          <mxGeometry relative="1" as="geometry" />
        </mxCell>
        <mxCell id="In8fDh9ZLN2M87an2Miy-118" parent="1" style="whiteSpace=wrap;html=1;" value="row lock&lt;br&gt;loan_application" vertex="1">
          <mxGeometry height="60" width="120" x="3599.5" y="1182.5" as="geometry" />
        </mxCell>
        <mxCell id="In8fDh9ZLN2M87an2Miy-124" edge="1" parent="1" source="In8fDh9ZLN2M87an2Miy-121" style="edgeStyle=orthogonalEdgeStyle;rounded=0;orthogonalLoop=1;jettySize=auto;html=1;" target="In8fDh9ZLN2M87an2Miy-123" value="">
          <mxGeometry relative="1" as="geometry" />
        </mxCell>
        <mxCell id="In8fDh9ZLN2M87an2Miy-125" edge="1" parent="1" source="In8fDh9ZLN2M87an2Miy-121" style="edgeStyle=orthogonalEdgeStyle;rounded=0;orthogonalLoop=1;jettySize=auto;html=1;entryX=0.5;entryY=0;entryDx=0;entryDy=0;" target="In8fDh9ZLN2M87an2Miy-69">
          <mxGeometry relative="1" as="geometry" />
        </mxCell>
        <mxCell id="In8fDh9ZLN2M87an2Miy-121" parent="1" style="rhombus;whiteSpace=wrap;html=1;" value="processed_at &lt;br&gt;is not null" vertex="1">
          <mxGeometry height="115" width="110" x="3779.5" y="1155" as="geometry" />
        </mxCell>
        <mxCell id="In8fDh9ZLN2M87an2Miy-123" parent="1" style="whiteSpace=wrap;html=1;" value="skip processing" vertex="1">
          <mxGeometry height="60" width="120" x="3964.5" y="1182.5" as="geometry" />
        </mxCell>
        <mxCell id="In8fDh9ZLN2M87an2Miy-129" edge="1" parent="1" source="In8fDh9ZLN2M87an2Miy-126" style="edgeStyle=orthogonalEdgeStyle;rounded=0;orthogonalLoop=1;jettySize=auto;html=1;" target="In8fDh9ZLN2M87an2Miy-128" value="">
          <mxGeometry relative="1" as="geometry" />
        </mxCell>
        <mxCell id="In8fDh9ZLN2M87an2Miy-126" parent="1" style="whiteSpace=wrap;html=1;" value="loan was not issued fully" vertex="1">
          <mxGeometry height="60" width="120" x="3772.625" y="2242.5" as="geometry" />
        </mxCell>
        <mxCell id="In8fDh9ZLN2M87an2Miy-128" parent="1" style="whiteSpace=wrap;html=1;" value="status = review?" vertex="1">
          <mxGeometry height="60" width="120" x="3772.625" y="2382.5" as="geometry" />
        </mxCell>
        <mxCell id="In8fDh9ZLN2M87an2Miy-130" parent="1" style="rounded=0;whiteSpace=wrap;html=1;fontSize=21;" value="WHERE TO TRIGGER CGW???" vertex="1">
          <mxGeometry height="290" width="450.63" x="4739.5" y="1992.5" as="geometry" />
        </mxCell>
        <mxCell id="In8fDh9ZLN2M87an2Miy-133" edge="1" parent="1" source="In8fDh9ZLN2M87an2Miy-131" style="edgeStyle=orthogonalEdgeStyle;rounded=0;orthogonalLoop=1;jettySize=auto;html=1;" target="In8fDh9ZLN2M87an2Miy-88" value="">
          <mxGeometry relative="1" as="geometry" />
        </mxCell>
        <mxCell id="In8fDh9ZLN2M87an2Miy-131" parent="1" style="whiteSpace=wrap;html=1;" value="processed_at = now" vertex="1">
          <mxGeometry height="60" width="120" x="5146.37" y="1722.5" as="geometry" />
        </mxCell>
        <mxCell id="In8fDh9ZLN2M87an2Miy-141" edge="1" parent="1" source="In8fDh9ZLN2M87an2Miy-134" style="edgeStyle=orthogonalEdgeStyle;rounded=0;orthogonalLoop=1;jettySize=auto;html=1;entryX=0;entryY=0.5;entryDx=0;entryDy=0;" target="In8fDh9ZLN2M87an2Miy-139">
          <mxGeometry relative="1" as="geometry" />
        </mxCell>
        <mxCell id="In8fDh9ZLN2M87an2Miy-145" edge="1" parent="1" source="In8fDh9ZLN2M87an2Miy-134" style="edgeStyle=orthogonalEdgeStyle;rounded=0;orthogonalLoop=1;jettySize=auto;html=1;" target="In8fDh9ZLN2M87an2Miy-144" value="">
          <mxGeometry relative="1" as="geometry" />
        </mxCell>
        <mxCell id="In8fDh9ZLN2M87an2Miy-134" parent="1" style="rhombus;whiteSpace=wrap;html=1;" value="casa -&amp;gt; domestic (CGW)&lt;br&gt;exists?" vertex="1">
          <mxGeometry height="180" width="190" x="3979.5" y="1970" as="geometry" />
        </mxCell>
        <mxCell id="In8fDh9ZLN2M87an2Miy-142" edge="1" parent="1" source="In8fDh9ZLN2M87an2Miy-139" style="edgeStyle=orthogonalEdgeStyle;rounded=0;orthogonalLoop=1;jettySize=auto;html=1;entryX=0;entryY=0.5;entryDx=0;entryDy=0;" target="In8fDh9ZLN2M87an2Miy-113">
          <mxGeometry relative="1" as="geometry" />
        </mxCell>
        <mxCell id="In8fDh9ZLN2M87an2Miy-139" parent="1" style="rhombus;whiteSpace=wrap;html=1;" value="casa -&amp;gt; domestic amount = held_amount" vertex="1">
          <mxGeometry height="180" width="172.5" x="4229.5" y="1970" as="geometry" />
        </mxCell>
        <mxCell id="In8fDh9ZLN2M87an2Miy-147" edge="1" parent="1" source="In8fDh9ZLN2M87an2Miy-144" style="edgeStyle=orthogonalEdgeStyle;rounded=0;orthogonalLoop=1;jettySize=auto;html=1;" target="In8fDh9ZLN2M87an2Miy-146" value="">
          <mxGeometry relative="1" as="geometry" />
        </mxCell>
        <mxCell id="In8fDh9ZLN2M87an2Miy-144" parent="1" style="whiteSpace=wrap;html=1;" value="Trigger CGW" vertex="1">
          <mxGeometry height="60" width="120" x="4014.5" y="2262.5" as="geometry" />
        </mxCell>
        <mxCell id="In8fDh9ZLN2M87an2Miy-148" edge="1" parent="1" source="In8fDh9ZLN2M87an2Miy-146" style="edgeStyle=orthogonalEdgeStyle;rounded=0;orthogonalLoop=1;jettySize=auto;html=1;entryX=0.5;entryY=1;entryDx=0;entryDy=0;" target="In8fDh9ZLN2M87an2Miy-113">
          <mxGeometry relative="1" as="geometry" />
        </mxCell>
        <mxCell id="In8fDh9ZLN2M87an2Miy-150" edge="1" parent="1" source="In8fDh9ZLN2M87an2Miy-146" style="edgeStyle=orthogonalEdgeStyle;rounded=0;orthogonalLoop=1;jettySize=auto;html=1;" target="In8fDh9ZLN2M87an2Miy-149" value="">
          <mxGeometry relative="1" as="geometry" />
        </mxCell>
        <mxCell id="In8fDh9ZLN2M87an2Miy-146" parent="1" style="rhombus;whiteSpace=wrap;html=1;" value="200" vertex="1">
          <mxGeometry height="80" width="80" x="4234.5" y="2252.5" as="geometry" />
        </mxCell>
        <mxCell id="In8fDh9ZLN2M87an2Miy-149" parent="1" style="whiteSpace=wrap;html=1;" value="next_retry_at = now + 5min" vertex="1">
          <mxGeometry height="60" width="155" x="4197" y="2402.5" as="geometry" />
        </mxCell>
        <mxCell id="In8fDh9ZLN2M87an2Miy-154" edge="1" parent="1" source="In8fDh9ZLN2M87an2Miy-152" style="edgeStyle=orthogonalEdgeStyle;rounded=0;orthogonalLoop=1;jettySize=auto;html=1;entryX=0;entryY=0.5;entryDx=0;entryDy=0;" target="In8fDh9ZLN2M87an2Miy-153">
          <mxGeometry relative="1" as="geometry" />
        </mxCell>
        <mxCell id="In8fDh9ZLN2M87an2Miy-176" edge="1" parent="1" source="In8fDh9ZLN2M87an2Miy-152" style="edgeStyle=orthogonalEdgeStyle;rounded=0;orthogonalLoop=1;jettySize=auto;html=1;" target="In8fDh9ZLN2M87an2Miy-175" value="">
          <mxGeometry relative="1" as="geometry" />
        </mxCell>
        <mxCell id="In8fDh9ZLN2M87an2Miy-152" parent="1" style="rhombus;whiteSpace=wrap;html=1;" value="Polaris&lt;br&gt;/loan/&lt;span style=&quot;color: rgb(33, 33, 33); font-family: Inter, system-ui, -apple-system, &amp;quot;system-ui&amp;quot;, &amp;quot;Segoe UI&amp;quot;, Roboto, Oxygen, Ubuntu, Cantarell, &amp;quot;Fira Sans&amp;quot;, &amp;quot;Droid Sans&amp;quot;, Helvetica, Arial, sans-serif; text-align: left; white-space: pre-wrap; background-color: rgb(255, 255, 255);&quot;&gt;getAccountDetail&lt;/span&gt;&lt;br&gt;loan_application.amount &amp;lt;= polaris.available_amount" vertex="1">
          <mxGeometry height="190" width="230" x="1332.5" y="840" as="geometry" />
        </mxCell>
        <mxCell id="In8fDh9ZLN2M87an2Miy-158" edge="1" parent="1" source="In8fDh9ZLN2M87an2Miy-153" style="edgeStyle=orthogonalEdgeStyle;rounded=0;orthogonalLoop=1;jettySize=auto;html=1;entryX=0;entryY=0.5;entryDx=0;entryDy=0;" target="In8fDh9ZLN2M87an2Miy-157">
          <mxGeometry relative="1" as="geometry" />
        </mxCell>
        <mxCell id="In8fDh9ZLN2M87an2Miy-153" parent="1" style="whiteSpace=wrap;html=1;" value="Polaris /loan/&lt;span style=&quot;color: rgb(33, 33, 33); font-family: Inter, system-ui, -apple-system, &amp;quot;system-ui&amp;quot;, &amp;quot;Segoe UI&amp;quot;, Roboto, Oxygen, Ubuntu, Cantarell, &amp;quot;Fira Sans&amp;quot;, &amp;quot;Droid Sans&amp;quot;, Helvetica, Arial, sans-serif; text-align: left; white-space: pre-wrap; background-color: rgb(255, 255, 255);&quot;&gt;grantLoanNonCash&lt;br/&gt;+ CGW trigger&lt;/span&gt;" vertex="1">
-           <mxGeometry height="60" width="170" x="1640.63" y="905" as="geometry" />
+           <mxGeometry height="60" width="170" x="1650" y="905" as="geometry" />
        </mxCell>
        <mxCell id="In8fDh9ZLN2M87an2Miy-177" edge="1" parent="1" source="In8fDh9ZLN2M87an2Miy-157" style="edgeStyle=orthogonalEdgeStyle;rounded=0;orthogonalLoop=1;jettySize=auto;html=1;entryX=0;entryY=0.5;entryDx=0;entryDy=0;" target="In8fDh9ZLN2M87an2Miy-105">
          <mxGeometry relative="1" as="geometry">
            <Array as="points">
              <mxPoint x="1930" y="1207" />
            </Array>
            <mxPoint x="2339.5" y="1207.5" as="targetPoint" />
          </mxGeometry>
        </mxCell>
        <mxCell id="In8fDh9ZLN2M87an2Miy-157" parent="1" style="rhombus;whiteSpace=wrap;html=1;" value="200" vertex="1">
          <mxGeometry height="80" width="80" x="1890" y="895" as="geometry" />
        </mxCell>
        <mxCell id="In8fDh9ZLN2M87an2Miy-164" edge="1" parent="1" source="In8fDh9ZLN2M87an2Miy-161" style="edgeStyle=orthogonalEdgeStyle;rounded=0;orthogonalLoop=1;jettySize=auto;html=1;" target="In8fDh9ZLN2M87an2Miy-162" value="">
          <mxGeometry relative="1" as="geometry" />
        </mxCell>
        <mxCell id="In8fDh9ZLN2M87an2Miy-161" parent="1" style="rounded=0;whiteSpace=wrap;html=1;" value="loan account row lock" vertex="1">
          <mxGeometry height="60" width="145" x="425" y="905" as="geometry" />
        </mxCell>
        <mxCell id="In8fDh9ZLN2M87an2Miy-165" edge="1" parent="1" source="In8fDh9ZLN2M87an2Miy-162" style="edgeStyle=orthogonalEdgeStyle;rounded=0;orthogonalLoop=1;jettySize=auto;html=1;" target="In8fDh9ZLN2M87an2Miy-12">
          <mxGeometry relative="1" as="geometry" />
        </mxCell>
        <mxCell id="In8fDh9ZLN2M87an2Miy-162" parent="1" style="rounded=0;whiteSpace=wrap;html=1;" value="&lt;span style=&quot;font-weight: 700; text-align: left;&quot;&gt;ROWLOCK - loan_limits.held_amount += amount&lt;/span&gt;" vertex="1">
          <mxGeometry height="60" width="215" x="650" y="905" as="geometry" />
        </mxCell>
        <mxCell id="In8fDh9ZLN2M87an2Miy-166" parent="1" style="swimlane;fontStyle=0;childLayout=stackLayout;horizontal=1;startSize=30;horizontalStack=0;resizeParent=1;resizeParentMax=0;resizeLast=0;collapsible=1;marginBottom=0;whiteSpace=wrap;html=1;" value="Loan issued" vertex="1">
          <mxGeometry height="120" width="210" x="2110" y="910" as="geometry" />
        </mxCell>
        <mxCell id="In8fDh9ZLN2M87an2Miy-167" parent="In8fDh9ZLN2M87an2Miy-166" style="text;strokeColor=none;fillColor=none;align=left;verticalAlign=middle;spacingLeft=4;spacingRight=4;overflow=hidden;points=[[0,0.5],[1,0.5]];portConstraint=eastwest;rotatable=0;whiteSpace=wrap;html=1;" value="loan_application = approved" vertex="1">
          <mxGeometry height="30" width="210" y="30" as="geometry" />
        </mxCell>
        <mxCell id="In8fDh9ZLN2M87an2Miy-168" parent="In8fDh9ZLN2M87an2Miy-166" style="text;strokeColor=none;fillColor=none;align=left;verticalAlign=middle;spacingLeft=4;spacingRight=4;overflow=hidden;points=[[0,0.5],[1,0.5]];portConstraint=eastwest;rotatable=0;whiteSpace=wrap;html=1;" value="create loan" vertex="1">
          <mxGeometry height="30" width="210" y="60" as="geometry" />
        </mxCell>
        <mxCell id="In8fDh9ZLN2M87an2Miy-169" parent="In8fDh9ZLN2M87an2Miy-166" style="text;strokeColor=none;fillColor=none;align=left;verticalAlign=middle;spacingLeft=4;spacingRight=4;overflow=hidden;points=[[0,0.5],[1,0.5]];portConstraint=eastwest;rotatable=0;whiteSpace=wrap;html=1;" value="release lock" vertex="1">
          <mxGeometry height="30" width="210" y="90" as="geometry" />
        </mxCell>
        <mxCell id="In8fDh9ZLN2M87an2Miy-170" edge="1" parent="1" source="In8fDh9ZLN2M87an2Miy-157" style="edgeStyle=orthogonalEdgeStyle;rounded=0;orthogonalLoop=1;jettySize=auto;html=1;entryX=0.003;entryY=0.156;entryDx=0;entryDy=0;entryPerimeter=0;" target="In8fDh9ZLN2M87an2Miy-166">
          <mxGeometry relative="1" as="geometry" />
        </mxCell>
        <mxCell id="In8fDh9ZLN2M87an2Miy-174" parent="1" style="text;html=1;whiteSpace=wrap;strokeColor=none;fillColor=none;align=center;verticalAlign=middle;rounded=0;" value="&lt;div style=&quot;background-color:#ffffff;color:#080808&quot;&gt;&lt;pre style=&quot;font-family:&#39;JetBrains Mono&#39;,monospace;font-size:9.8pt;&quot;&gt;&lt;span style=&quot;color:#9e880d;&quot;&gt;@Transactional&lt;/span&gt;(propagation = &lt;span style=&quot;color:#000000;&quot;&gt;Propagation&lt;/span&gt;.&lt;span style=&quot;color:#871094;font-style:italic;&quot;&gt;REQUIRES_NEW&lt;/span&gt;)&lt;/pre&gt;&lt;/div&gt;" vertex="1">
          <mxGeometry height="30" width="240" x="730" y="790" as="geometry" />
        </mxCell>
        <mxCell id="In8fDh9ZLN2M87an2Miy-175" parent="1" style="whiteSpace=wrap;html=1;" value="Rollback, return error" vertex="1">
          <mxGeometry height="60" width="132.5" x="1381.25" y="1075" as="geometry" />
        </mxCell>
      </root>
    </mxGraphModel>
  </diagram>
</mxfile>
